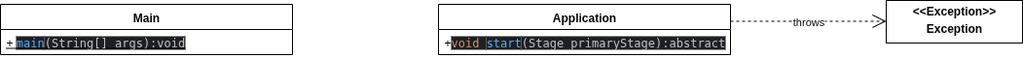
ilciro/BookShopOnline25 keeps this draw.io diagram as VOPCVerificaDisponibilitaGiornale.drawio.png. Above is the earlier version. Source tidied: cells renumbered, new cells last; positions are measured from the earlier drawing's top-left corner, leaving out a move shared by most shapes.
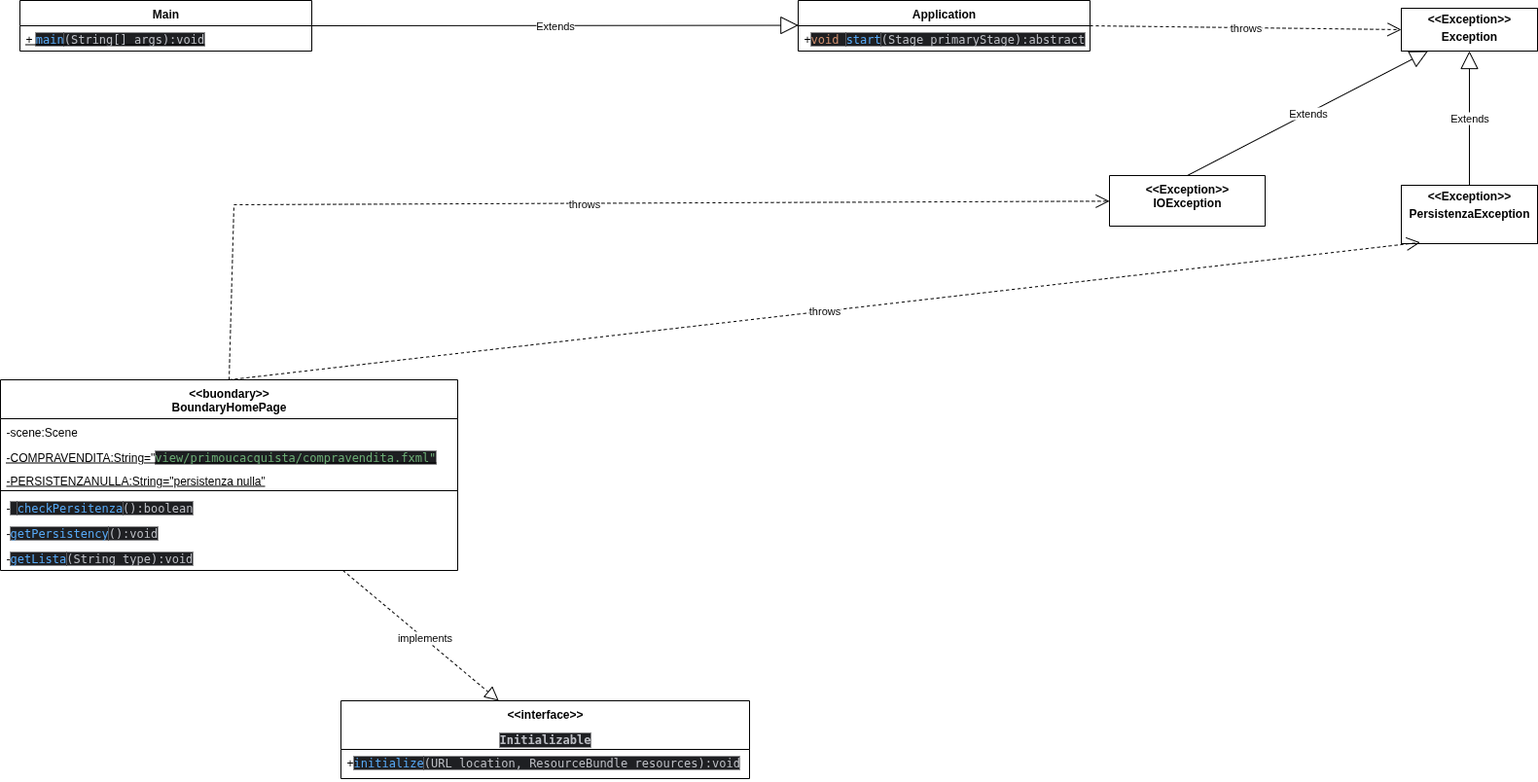
After the commit.

The edit, as a diff of the source:
```diff
@@ -3,25 +3,85 @@
     <mxCell id="0" />
     <mxCell id="1" parent="0" />
     <mxCell id="2" value="Main" style="swimlane;fontStyle=1;align=center;verticalAlign=top;horizontal=1;startSize=26;whiteSpace=wrap;html=1;" parent="1" vertex="1">
-      <mxGeometry y="4" width="300" height="52" as="geometry" />
+      <mxGeometry x="-800" y="14" width="300" height="52" as="geometry" />
     </mxCell>
     <mxCell id="3" value="&lt;u&gt;+&amp;nbsp;&lt;span style=&quot;font-family: &amp;quot;JetBrains Mono&amp;quot;, monospace; background-color: rgb(30, 31, 34); color: rgb(86, 168, 245);&quot;&gt;main&lt;/span&gt;&lt;span style=&quot;font-family: &amp;quot;JetBrains Mono&amp;quot;, monospace; background-color: rgb(30, 31, 34); color: rgb(188, 190, 196);&quot;&gt;(String[] args):void&lt;/span&gt;&lt;/u&gt;" style="text;strokeColor=none;fillColor=none;align=left;verticalAlign=top;spacingLeft=4;spacingRight=4;overflow=hidden;whiteSpace=wrap;html=1;" parent="2" vertex="1">
       <mxGeometry y="26" width="300" height="26" as="geometry" />
     </mxCell>
     <mxCell id="4" value="Application" style="swimlane;fontStyle=1;align=center;verticalAlign=top;horizontal=1;startSize=26;whiteSpace=wrap;html=1;" parent="1" vertex="1">
-      <mxGeometry x="450" y="4" width="300" height="52" as="geometry" />
+      <mxGeometry y="14" width="300" height="52" as="geometry" />
     </mxCell>
     <mxCell id="5" value="+&lt;span style=&quot;font-family: &amp;quot;JetBrains Mono&amp;quot;, monospace; background-color: rgb(30, 31, 34); color: rgb(207, 142, 109);&quot;&gt;void &lt;/span&gt;&lt;span style=&quot;font-family: &amp;quot;JetBrains Mono&amp;quot;, monospace; background-color: rgb(30, 31, 34); color: rgb(86, 168, 245);&quot;&gt;start&lt;/span&gt;&lt;span style=&quot;font-family: &amp;quot;JetBrains Mono&amp;quot;, monospace; background-color: rgb(30, 31, 34); color: rgb(188, 190, 196);&quot;&gt;(Stage primaryStage):abstract&lt;/span&gt;" style="text;strokeColor=none;fillColor=none;align=left;verticalAlign=top;spacingLeft=4;spacingRight=4;overflow=hidden;points=[[0,0.5],[1,0.5]];portConstraint=eastwest;whiteSpace=wrap;html=1;" parent="4" vertex="1">
       <mxGeometry y="26" width="300" height="26" as="geometry" />
     </mxCell>
     <mxCell id="6" value="&lt;p style=&quot;margin:0px;margin-top:4px;text-align:center;&quot;&gt;&lt;b&gt;&amp;lt;&amp;lt;Exception&amp;gt;&amp;gt;&lt;/b&gt;&lt;/p&gt;&lt;p style=&quot;margin:0px;margin-top:4px;text-align:center;&quot;&gt;&lt;b&gt;Exception&lt;/b&gt;&lt;/p&gt;" style="verticalAlign=top;align=left;overflow=fill;html=1;whiteSpace=wrap;" parent="1" vertex="1">
-      <mxGeometry x="910" width="140" height="44" as="geometry" />
+      <mxGeometry x="620" y="22" width="140" height="44" as="geometry" />
     </mxCell>
-    <mxCell id="7" value="throws" style="endArrow=open;endSize=12;dashed=1;html=1;rounded=0;" parent="1" edge="1">
-      <mxGeometry relative="1" as="geometry">
-        <mxPoint x="750" y="21.5" as="sourcePoint" />
-        <mxPoint x="910" y="21.5" as="targetPoint" />
-      </mxGeometry>
+    <mxCell id="7" value="throws" style="endArrow=open;endSize=12;dashed=1;html=1;rounded=0;entryX=0;entryY=0.5;entryDx=0;entryDy=0;exitX=1;exitY=0.5;exitDx=0;exitDy=0;" parent="1" edge="1" source="4" target="6">
+      <mxGeometry relative="1" as="geometry" />
     </mxCell>
+    <mxCell id="8" value="Extends" style="endArrow=block;endSize=16;endFill=0;html=1;rounded=0;exitX=1;exitY=0.5;exitDx=0;exitDy=0;entryX=0.001;entryY=-0.017;entryDx=0;entryDy=0;entryPerimeter=0;" parent="1" edge="1" source="2" target="5">
+      <mxGeometry relative="1" as="geometry" />
+    </mxCell>
+    <mxCell id="9" value="&amp;lt;&amp;lt;buondary&amp;gt;&amp;gt;&lt;div&gt;BoundaryHomePage&lt;/div&gt;" style="swimlane;fontStyle=1;align=center;verticalAlign=top;horizontal=1;startSize=40;whiteSpace=wrap;html=1;" parent="1" vertex="1">
+      <mxGeometry x="-820" y="404" width="470" height="196" as="geometry" />
+    </mxCell>
+    <mxCell id="10" value="-scene:Scene" style="text;strokeColor=none;fillColor=none;align=left;verticalAlign=top;spacingLeft=4;spacingRight=4;overflow=hidden;whiteSpace=wrap;html=1;" parent="9" vertex="1">
+      <mxGeometry y="40" width="470" height="26" as="geometry" />
+    </mxCell>
+    <mxCell id="11" value="&lt;u&gt;-COMPRAVENDITA:String=&quot;&lt;span style=&quot;color: rgb(106, 171, 115); font-family: &amp;quot;JetBrains Mono&amp;quot;, monospace; background-color: rgb(30, 31, 34);&quot;&gt;view/primoucacquista/compravendita.fxml&quot;&lt;/span&gt;&lt;/u&gt;" style="text;strokeColor=none;fillColor=none;align=left;verticalAlign=top;spacingLeft=4;spacingRight=4;overflow=hidden;whiteSpace=wrap;html=1;" parent="9" vertex="1">
+      <mxGeometry y="66" width="470" height="24" as="geometry" />
+    </mxCell>
+    <mxCell id="12" value="&lt;u&gt;-PERSISTENZANULLA:String=&quot;persistenza nulla&quot;&lt;/u&gt;" style="text;strokeColor=none;fillColor=none;align=left;verticalAlign=top;spacingLeft=4;spacingRight=4;overflow=hidden;whiteSpace=wrap;html=1;" parent="9" vertex="1">
+      <mxGeometry y="90" width="470" height="20" as="geometry" />
+    </mxCell>
+    <mxCell id="13" style="line;strokeWidth=1;fillColor=none;align=left;verticalAlign=middle;spacingTop=-1;spacingLeft=3;spacingRight=3;labelPosition=right;strokeColor=inherit;" parent="9" vertex="1">
+      <mxGeometry y="110" width="470" height="8" as="geometry" />
+    </mxCell>
+    <mxCell id="14" value="-&lt;span style=&quot;font-family: &amp;quot;JetBrains Mono&amp;quot;, monospace; background-color: rgb(30, 31, 34); color: rgb(188, 190, 196);&quot;&gt; &lt;/span&gt;&lt;span style=&quot;font-family: &amp;quot;JetBrains Mono&amp;quot;, monospace; background-color: rgb(30, 31, 34); color: rgb(86, 168, 245);&quot;&gt;checkPersitenza&lt;/span&gt;&lt;span style=&quot;font-family: &amp;quot;JetBrains Mono&amp;quot;, monospace; background-color: rgb(30, 31, 34); color: rgb(188, 190, 196);&quot;&gt;():boolean&lt;/span&gt;" style="text;strokeColor=none;fillColor=none;align=left;verticalAlign=top;spacingLeft=4;spacingRight=4;overflow=hidden;whiteSpace=wrap;html=1;" parent="9" vertex="1">
+      <mxGeometry y="118" width="470" height="26" as="geometry" />
+    </mxCell>
+    <mxCell id="15" value="-&lt;span style=&quot;font-family: &amp;quot;JetBrains Mono&amp;quot;, monospace; background-color: rgb(30, 31, 34); color: rgb(86, 168, 245);&quot;&gt;getPersistency&lt;/span&gt;&lt;span style=&quot;font-family: &amp;quot;JetBrains Mono&amp;quot;, monospace; background-color: rgb(30, 31, 34); color: rgb(188, 190, 196);&quot;&gt;():void&lt;/span&gt;" style="text;strokeColor=none;fillColor=none;align=left;verticalAlign=top;spacingLeft=4;spacingRight=4;overflow=hidden;whiteSpace=wrap;html=1;" parent="9" vertex="1">
+      <mxGeometry y="144" width="470" height="26" as="geometry" />
+    </mxCell>
+    <mxCell id="16" value="-&lt;span style=&quot;font-family: &amp;quot;JetBrains Mono&amp;quot;, monospace; background-color: rgb(30, 31, 34); color: rgb(86, 168, 245);&quot;&gt;getLista&lt;/span&gt;&lt;span style=&quot;font-family: &amp;quot;JetBrains Mono&amp;quot;, monospace; background-color: rgb(30, 31, 34); color: rgb(188, 190, 196);&quot;&gt;(String type):void&lt;/span&gt;" style="text;strokeColor=none;fillColor=none;align=left;verticalAlign=top;spacingLeft=4;spacingRight=4;overflow=hidden;whiteSpace=wrap;html=1;" parent="9" vertex="1">
+      <mxGeometry y="170" width="470" height="26" as="geometry" />
+    </mxCell>
+    <mxCell id="17" value="&amp;lt;&amp;lt;interface&amp;gt;&amp;gt;&lt;div&gt;&lt;div style=&quot;background-color:#1e1f22;color:#bcbec4&quot;&gt;&lt;pre style=&quot;font-family:'JetBrains Mono',monospace;font-size:9,8pt;&quot;&gt;Initializable&lt;/pre&gt;&lt;/div&gt;&lt;/div&gt;" style="swimlane;fontStyle=1;align=center;verticalAlign=top;horizontal=1;startSize=50;whiteSpace=wrap;html=1;" parent="1" vertex="1">
+      <mxGeometry x="-470" y="734" width="420" height="80" as="geometry" />
+    </mxCell>
+    <mxCell id="18" value="+&lt;span style=&quot;font-family: &amp;quot;JetBrains Mono&amp;quot;, monospace; background-color: rgb(30, 31, 34); color: rgb(86, 168, 245);&quot;&gt;initialize&lt;/span&gt;&lt;span style=&quot;font-family: &amp;quot;JetBrains Mono&amp;quot;, monospace; background-color: rgb(30, 31, 34); color: rgb(188, 190, 196);&quot;&gt;(URL location, ResourceBundle resources):void&lt;/span&gt;" style="text;strokeColor=none;fillColor=none;align=left;verticalAlign=top;spacingLeft=4;spacingRight=4;overflow=hidden;whiteSpace=wrap;html=1;" parent="17" vertex="1">
+      <mxGeometry y="50" width="420" height="30" as="geometry" />
+    </mxCell>
+    <mxCell id="19" style="endArrow=block;dashed=1;endFill=0;endSize=12;html=1;rounded=0;" parent="1" edge="1" source="9" target="17">
+      <mxGeometry relative="1" as="geometry" />
+    </mxCell>
+    <mxCell id="20" value="implements" style="edgeLabel;html=1;align=center;verticalAlign=middle;" parent="19" vertex="1">
+      <mxGeometry x="0.03" relative="1" as="geometry">
+        <mxPoint x="1" as="offset" />
+      </mxGeometry>
+    </mxCell>
+    <mxCell id="21" value="&amp;lt;&amp;lt;Exception&amp;gt;&amp;gt;&lt;div&gt;IOException&lt;/div&gt;" style="swimlane;fontStyle=1;align=center;verticalAlign=top;horizontal=1;startSize=52;whiteSpace=wrap;html=1;" parent="1" vertex="1">
+      <mxGeometry x="320" y="194" width="160" height="52" as="geometry" />
+    </mxCell>
+    <mxCell id="22" value="&lt;p style=&quot;margin:0px;margin-top:4px;text-align:center;&quot;&gt;&lt;b&gt;&amp;lt;&amp;lt;Exception&amp;gt;&amp;gt;&lt;/b&gt;&lt;/p&gt;&lt;p style=&quot;margin:0px;margin-top:4px;text-align:center;&quot;&gt;&lt;b&gt;PersistenzaException&lt;/b&gt;&lt;/p&gt;" style="verticalAlign=top;align=left;overflow=fill;html=1;whiteSpace=wrap;" parent="1" vertex="1">
+      <mxGeometry x="620" y="204" width="140" height="60" as="geometry" />
+    </mxCell>
+    <mxCell id="23" value="Extends" style="endArrow=block;endSize=16;endFill=0;html=1;rounded=0;exitX=0.5;exitY=0;exitDx=0;exitDy=0;" parent="1" edge="1" source="21" target="6">
+      <mxGeometry relative="1" as="geometry" />
+    </mxCell>
+    <mxCell id="24" value="Extends" style="endArrow=block;endSize=16;endFill=0;html=1;rounded=0;entryX=0.5;entryY=1;entryDx=0;entryDy=0;exitX=0.5;exitY=0;exitDx=0;exitDy=0;" parent="1" edge="1" source="22" target="6">
+      <mxGeometry relative="1" as="geometry" />
+    </mxCell>
+    <mxCell id="25" value="throws" style="endArrow=open;endSize=12;dashed=1;html=1;rounded=0;exitX=0.5;exitY=0;exitDx=0;exitDy=0;" parent="1" edge="1" source="9" target="21">
+      <mxGeometry relative="1" as="geometry">
+        <Array as="points">
+          <mxPoint x="-580" y="224" />
+        </Array>
+      </mxGeometry>
+    </mxCell>
+    <mxCell id="26" value="throws" style="endArrow=open;endSize=12;dashed=1;html=1;rounded=0;exitX=0.5;exitY=0;exitDx=0;exitDy=0;entryX=0.139;entryY=0.979;entryDx=0;entryDy=0;entryPerimeter=0;" parent="1" edge="1" source="9" target="22">
+      <mxGeometry relative="1" as="geometry" />
+    </mxCell>
   </root>
 </mxGraphModel>
```
